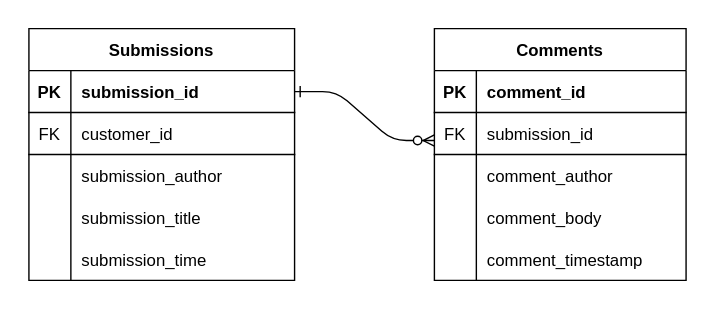
mchion/reddit_ELT_pipeline keeps this draw.io diagram as images/schema.svg. Above is the earlier version. Source tidied: cells renumbered, new cells last; positions are measured from the earlier drawing's top-left corner, leaving out a move shared by most shapes. The source it was exported from:
```xml
<mxGraphModel>
  <root>
    <mxCell id="0" />
    <mxCell id="1" parent="0" />
    <mxCell id="2" style="edgeStyle=entityRelationEdgeStyle;endArrow=ERzeroToMany;startArrow=ERone;endFill=1;startFill=0;" parent="1" edge="1" source="4">
      <mxGeometry relative="1" as="geometry">
        <mxPoint x="290" y="80" as="targetPoint" />
      </mxGeometry>
    </mxCell>
    <mxCell id="3" value="Submissions" style="shape=table;startSize=30;rowLines=0;fontStyle=1;align=center;" parent="1" vertex="1">
      <mxGeometry width="190" height="180" as="geometry" />
    </mxCell>
    <mxCell id="4" style="shape=partialRectangle;fillColor=none;points=[[0,0.5],[1,0.5]];portConstraint=eastwest;top=0;left=0;right=0;bottom=1;" parent="3" vertex="1">
      <mxGeometry y="30" width="190" height="30" as="geometry" />
    </mxCell>
    <mxCell id="5" value="PK" style="shape=partialRectangle;overflow=hidden;fillColor=none;top=0;left=0;bottom=0;right=0;fontStyle=1;" parent="4" vertex="1">
      <mxGeometry width="30" height="30" as="geometry" />
    </mxCell>
    <mxCell id="6" value="submission_id" style="shape=partialRectangle;overflow=hidden;fillColor=none;top=0;left=0;bottom=0;right=0;align=left;spacingLeft=6;fontStyle=1;" parent="4" vertex="1">
      <mxGeometry x="30" width="160" height="30" as="geometry" />
    </mxCell>
    <mxCell id="7" style="shape=partialRectangle;fillColor=none;top=0;left=0;right=0;bottom=1;" parent="3" vertex="1">
      <mxGeometry y="60" width="190" height="30" as="geometry" />
    </mxCell>
    <mxCell id="8" value="FK" style="shape=partialRectangle;overflow=hidden;fillColor=none;top=0;left=0;bottom=0;right=0;fontStyle=0;" parent="7" vertex="1">
      <mxGeometry width="30" height="30" as="geometry" />
    </mxCell>
    <mxCell id="9" value="customer_id" style="shape=partialRectangle;overflow=hidden;fillColor=none;top=0;left=0;bottom=0;right=0;align=left;spacingLeft=6;fontStyle=0;" parent="7" vertex="1">
      <mxGeometry x="30" width="160" height="30" as="geometry" />
    </mxCell>
    <mxCell id="10" style="shape=partialRectangle;fillColor=none;top=0;left=0;right=0;bottom=0;" parent="3" vertex="1">
      <mxGeometry y="90" width="190" height="30" as="geometry" />
    </mxCell>
    <mxCell id="11" style="shape=partialRectangle;overflow=hidden;fillColor=none;top=0;left=0;bottom=0;right=0;" parent="10" vertex="1">
      <mxGeometry width="30" height="30" as="geometry" />
    </mxCell>
    <mxCell id="12" value="submission_author" style="shape=partialRectangle;overflow=hidden;fillColor=none;top=0;left=0;bottom=0;right=0;align=left;spacingLeft=6;" parent="10" vertex="1">
      <mxGeometry x="30" width="160" height="30" as="geometry" />
    </mxCell>
    <mxCell id="13" style="shape=partialRectangle;fillColor=none;top=0;left=0;right=0;bottom=0;" parent="3" vertex="1">
      <mxGeometry y="120" width="190" height="30" as="geometry" />
    </mxCell>
    <mxCell id="14" style="shape=partialRectangle;overflow=hidden;fillColor=none;top=0;left=0;bottom=0;right=0;" parent="13" vertex="1">
      <mxGeometry width="30" height="30" as="geometry" />
    </mxCell>
    <mxCell id="15" value="submission_title" style="shape=partialRectangle;overflow=hidden;fillColor=none;top=0;left=0;bottom=0;right=0;align=left;spacingLeft=6;" parent="13" vertex="1">
      <mxGeometry x="30" width="160" height="30" as="geometry" />
    </mxCell>
    <mxCell id="16" style="shape=partialRectangle;fillColor=none;top=0;left=0;right=0;bottom=0;" parent="3" vertex="1">
      <mxGeometry y="150" width="190" height="30" as="geometry" />
    </mxCell>
    <mxCell id="17" style="shape=partialRectangle;overflow=hidden;fillColor=none;top=0;left=0;bottom=0;right=0;" parent="16" vertex="1">
      <mxGeometry width="30" height="30" as="geometry" />
    </mxCell>
    <mxCell id="18" value="submission_time" style="shape=partialRectangle;overflow=hidden;fillColor=none;top=0;left=0;bottom=0;right=0;align=left;spacingLeft=6;" parent="16" vertex="1">
      <mxGeometry x="30" width="160" height="30" as="geometry" />
    </mxCell>
    <mxCell id="19" value="Comments" style="shape=table;startSize=30;rowLines=0;fontStyle=1;align=center;" parent="1" vertex="1">
      <mxGeometry x="290" width="180" height="180" as="geometry" />
    </mxCell>
    <mxCell id="20" style="shape=tableRow;horizontal=0;startSize=0;swimlaneHead=0;swimlaneBody=0;fillColor=none;top=0;left=0;right=0;bottom=1;" parent="19" vertex="1">
      <mxGeometry y="30" width="180" height="30" as="geometry" />
    </mxCell>
    <mxCell id="21" value="PK" style="shape=partialRectangle;fillColor=none;top=0;left=0;bottom=0;right=0;fontStyle=1;overflow=hidden;" parent="20" vertex="1">
      <mxGeometry width="30" height="30" as="geometry" />
    </mxCell>
    <mxCell id="22" value="comment_id" style="shape=partialRectangle;fillColor=none;top=0;left=0;bottom=0;right=0;align=left;spacingLeft=6;fontStyle=1;overflow=hidden;" parent="20" vertex="1">
      <mxGeometry x="30" width="150" height="30" as="geometry" />
    </mxCell>
    <mxCell id="23" style="shape=tableRow;horizontal=0;startSize=0;swimlaneHead=0;swimlaneBody=0;fillColor=none;top=0;left=0;right=0;bottom=1;" parent="19" vertex="1">
      <mxGeometry y="60" width="180" height="30" as="geometry" />
    </mxCell>
    <mxCell id="24" value="FK" style="shape=partialRectangle;fillColor=none;top=0;left=0;bottom=0;right=0;fontStyle=0;overflow=hidden;" parent="23" vertex="1">
      <mxGeometry width="30" height="30" as="geometry" />
    </mxCell>
    <mxCell id="25" value="submission_id" style="shape=partialRectangle;fillColor=none;top=0;left=0;bottom=0;right=0;align=left;spacingLeft=6;fontStyle=0;overflow=hidden;" parent="23" vertex="1">
      <mxGeometry x="30" width="150" height="30" as="geometry" />
    </mxCell>
    <mxCell id="26" style="shape=tableRow;horizontal=0;startSize=0;swimlaneHead=0;swimlaneBody=0;fillColor=none;top=0;left=0;right=0;bottom=0;" parent="19" vertex="1">
      <mxGeometry y="90" width="180" height="30" as="geometry" />
    </mxCell>
    <mxCell id="27" style="shape=partialRectangle;fillColor=none;top=0;left=0;bottom=0;right=0;overflow=hidden;" parent="26" vertex="1">
      <mxGeometry width="30" height="30" as="geometry" />
    </mxCell>
    <mxCell id="28" value="comment_author" style="shape=partialRectangle;fillColor=none;top=0;left=0;bottom=0;right=0;align=left;spacingLeft=6;overflow=hidden;" parent="26" vertex="1">
      <mxGeometry x="30" width="150" height="30" as="geometry" />
    </mxCell>
    <mxCell id="29" style="shape=tableRow;horizontal=0;startSize=0;swimlaneHead=0;swimlaneBody=0;fillColor=none;top=0;left=0;right=0;bottom=0;" parent="19" vertex="1">
      <mxGeometry y="120" width="180" height="30" as="geometry" />
    </mxCell>
    <mxCell id="30" style="shape=partialRectangle;fillColor=none;top=0;left=0;bottom=0;right=0;overflow=hidden;" parent="29" vertex="1">
      <mxGeometry width="30" height="30" as="geometry" />
    </mxCell>
    <mxCell id="31" value="comment_body" style="shape=partialRectangle;fillColor=none;top=0;left=0;bottom=0;right=0;align=left;spacingLeft=6;overflow=hidden;" parent="29" vertex="1">
      <mxGeometry x="30" width="150" height="30" as="geometry" />
    </mxCell>
    <mxCell id="32" style="shape=tableRow;horizontal=0;startSize=0;swimlaneHead=0;swimlaneBody=0;fillColor=none;top=0;left=0;right=0;bottom=0;" parent="19" vertex="1">
      <mxGeometry y="150" width="180" height="30" as="geometry" />
    </mxCell>
    <mxCell id="33" style="shape=partialRectangle;fillColor=none;top=0;left=0;bottom=0;right=0;overflow=hidden;" parent="32" vertex="1">
      <mxGeometry width="30" height="30" as="geometry" />
    </mxCell>
    <mxCell id="34" value="comment_timestamp" style="shape=partialRectangle;fillColor=none;top=0;left=0;bottom=0;right=0;align=left;spacingLeft=6;overflow=hidden;" parent="32" vertex="1">
      <mxGeometry x="30" width="150" height="30" as="geometry" />
    </mxCell>
  </root>
</mxGraphModel>
```
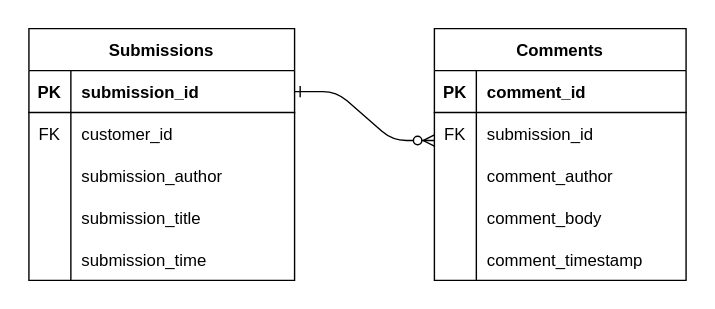
Later version of the same file.

Change to the diagram source:
```diff
@@ -19,7 +19,7 @@
     <mxCell id="6" value="submission_id" style="shape=partialRectangle;overflow=hidden;fillColor=none;top=0;left=0;bottom=0;right=0;align=left;spacingLeft=6;fontStyle=1;" parent="4" vertex="1">
       <mxGeometry x="30" width="160" height="30" as="geometry" />
     </mxCell>
-    <mxCell id="7" style="shape=partialRectangle;fillColor=none;top=0;left=0;right=0;bottom=1;" parent="3" vertex="1">
+    <mxCell id="7" style="shape=partialRectangle;fillColor=none;top=0;left=0;right=0;bottom=1;strokeColor=none;" parent="3" vertex="1">
       <mxGeometry y="60" width="190" height="30" as="geometry" />
     </mxCell>
     <mxCell id="8" value="FK" style="shape=partialRectangle;overflow=hidden;fillColor=none;top=0;left=0;bottom=0;right=0;fontStyle=0;" parent="7" vertex="1">
@@ -67,7 +67,7 @@
     <mxCell id="22" value="comment_id" style="shape=partialRectangle;fillColor=none;top=0;left=0;bottom=0;right=0;align=left;spacingLeft=6;fontStyle=1;overflow=hidden;" parent="20" vertex="1">
       <mxGeometry x="30" width="150" height="30" as="geometry" />
     </mxCell>
-    <mxCell id="23" style="shape=tableRow;horizontal=0;startSize=0;swimlaneHead=0;swimlaneBody=0;fillColor=none;top=0;left=0;right=0;bottom=1;" parent="19" vertex="1">
+    <mxCell id="23" style="shape=tableRow;horizontal=0;startSize=0;swimlaneHead=0;swimlaneBody=0;fillColor=none;top=0;left=0;right=0;bottom=1;strokeColor=none;swimlaneLine=1;" parent="19" vertex="1">
       <mxGeometry y="60" width="180" height="30" as="geometry" />
     </mxCell>
     <mxCell id="24" value="FK" style="shape=partialRectangle;fillColor=none;top=0;left=0;bottom=0;right=0;fontStyle=0;overflow=hidden;" parent="23" vertex="1">
```
